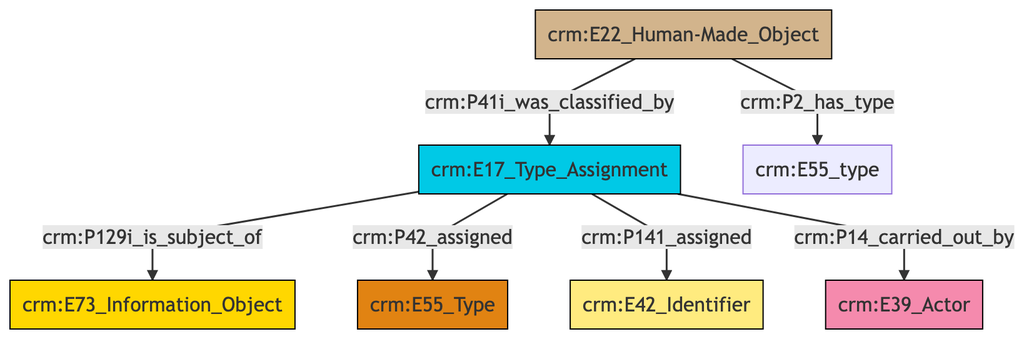
Before: et/builtWorkCSV/ttl/mmd/png/Built_Work_designation_status.png, a diagram exported from Mermaid (ncarboni/srdm). Its source is kept beside it as et/builtWorkCSV/ttl/mmd/Built_Work_designation_status.ttl.mmd. Its diagram source:
```mermaid
graph TD
classDef Literal fill:#f2f2f2,stroke:#000000;
classDef CRM_Entity fill:#FFFFFF,stroke:#000000;
classDef Temporal_Entity fill:#00C9E6, stroke:#000000;
classDef Type fill:#E18312, stroke:#000000;
classDef Time-Span fill:#2C9C91, stroke:#000000;
classDef Appellation fill:#FFEB7F, stroke:#000000;
classDef Place fill:#008836, stroke:#000000;
classDef Persistent_Item fill:#B266B2, stroke:#000000;
classDef Conceptual_Object fill:#FFD700, stroke:#000000;
classDef Physical_Thing fill:#D2B48C, stroke:#000000;
classDef Actor fill:#f58aad, stroke:#000000;
classDef PC_Classes fill:#4ce600, stroke:#000000;
classDef Multi fill:#cccccc,stroke:#000000;

2["crm:E17_Type_Assignment"]:::Temporal_Entity -->|crm:P129i_is_subject_of| 3["crm:E73_Information_Object"]:::Conceptual_Object
5["crm:E22_Human-Made_Object"]:::Physical_Thing -->|crm:P41i_was_classified_by| 2["crm:E17_Type_Assignment"]:::Temporal_Entity
2["crm:E17_Type_Assignment"]:::Temporal_Entity -->|crm:P42_assigned| 7["crm:E55_Type"]:::Type
5["crm:E22_Human-Made_Object"]:::Physical_Thing -->|crm:P2_has_type| 10["crm:E55_type"]:::Default
2["crm:E17_Type_Assignment"]:::Temporal_Entity -->|crm:P141_assigned| 0["crm:E42_Identifier"]:::Appellation
2["crm:E17_Type_Assignment"]:::Temporal_Entity -->|crm:P14_carried_out_by| 8["crm:E39_Actor"]:::Actor
```
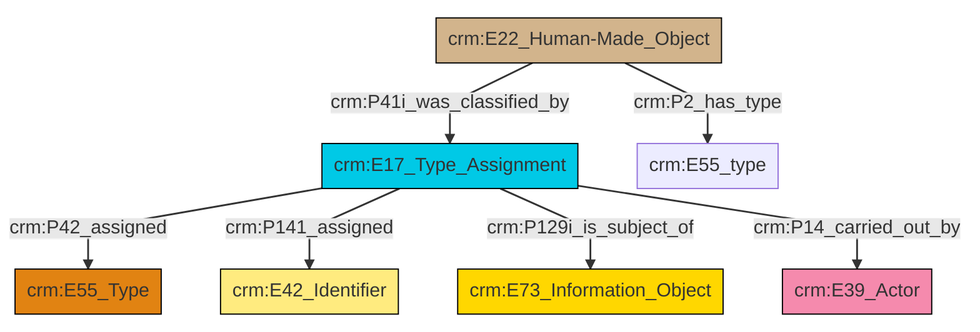
The same file after the commit.

Diff of the diagram source:
```diff
@@ -13,9 +13,9 @@
 classDef PC_Classes fill:#4ce600, stroke:#000000;
 classDef Multi fill:#cccccc,stroke:#000000;
 
-2["crm:E17_Type_Assignment"]:::Temporal_Entity -->|crm:P129i_is_subject_of| 3["crm:E73_Information_Object"]:::Conceptual_Object
-5["crm:E22_Human-Made_Object"]:::Physical_Thing -->|crm:P41i_was_classified_by| 2["crm:E17_Type_Assignment"]:::Temporal_Entity
-2["crm:E17_Type_Assignment"]:::Temporal_Entity -->|crm:P42_assigned| 7["crm:E55_Type"]:::Type
-5["crm:E22_Human-Made_Object"]:::Physical_Thing -->|crm:P2_has_type| 10["crm:E55_type"]:::Default
-2["crm:E17_Type_Assignment"]:::Temporal_Entity -->|crm:P141_assigned| 0["crm:E42_Identifier"]:::Appellation
-2["crm:E17_Type_Assignment"]:::Temporal_Entity -->|crm:P14_carried_out_by| 8["crm:E39_Actor"]:::Actor
+0["crm:E17_Type_Assignment"]:::Temporal_Entity -->|crm:P42_assigned| 1["crm:E55_Type"]:::Type
+0["crm:E17_Type_Assignment"]:::Temporal_Entity -->|crm:P141_assigned| 6["crm:E42_Identifier"]:::Appellation
+0["crm:E17_Type_Assignment"]:::Temporal_Entity -->|crm:P129i_is_subject_of| 4["crm:E73_Information_Object"]:::Conceptual_Object
+0["crm:E17_Type_Assignment"]:::Temporal_Entity -->|crm:P14_carried_out_by| 2["crm:E39_Actor"]:::Actor
+10["crm:E22_Human-Made_Object"]:::Physical_Thing -->|crm:P41i_was_classified_by| 0["crm:E17_Type_Assignment"]:::Temporal_Entity
+10["crm:E22_Human-Made_Object"]:::Physical_Thing -->|crm:P2_has_type| 8["crm:E55_type"]:::Default
```
